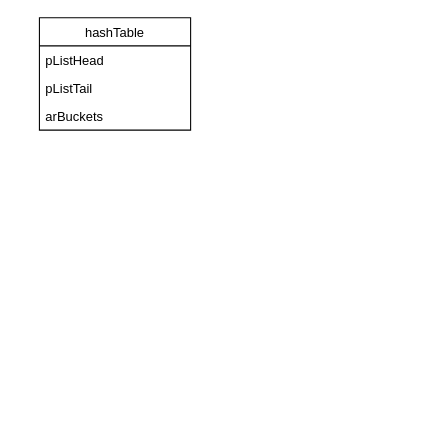
Earlier version of the draw.io diagram Untitled Diagram.drawio (mqzhifu/ckmqtt). Source tidied: cells renumbered, new cells numbered last; positions are measured from the earlier drawing's top-left corner, leaving out a move shared by most shapes. Both pictures are drawn from the tidied source at 108%, with x=0, y=0 at pixel (39, 17).
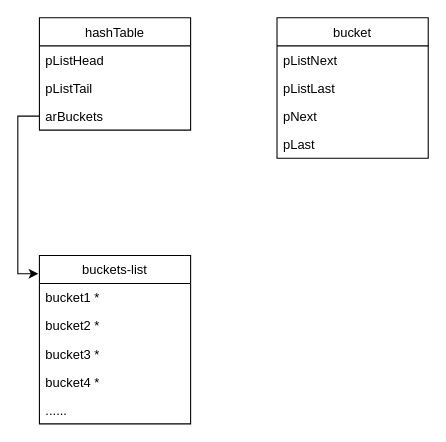
The same diagram, later.

Diff of the diagram source:
```diff
@@
 <mxGraphModel>
   <root>
     <mxCell id="0" />
     <mxCell id="1" parent="0" />
     <mxCell id="2" value="hashTable" style="swimlane;fontStyle=0;horizontal=1;startSize=26;fillColor=none;" parent="1" vertex="1">
       <mxGeometry width="140" height="104" as="geometry" />
     </mxCell>
     <mxCell id="3" value="pListHead" style="text;strokeColor=none;fillColor=none;align=left;verticalAlign=top;spacingLeft=4;spacingRight=4;overflow=hidden;" parent="2" vertex="1">
       <mxGeometry y="26" width="140" height="26" as="geometry" />
     </mxCell>
     <mxCell id="4" value="pListTail" style="text;strokeColor=none;fillColor=none;align=left;verticalAlign=top;spacingLeft=4;spacingRight=4;overflow=hidden;" parent="2" vertex="1">
       <mxGeometry y="52" width="140" height="26" as="geometry" />
     </mxCell>
     <mxCell id="5" value="arBuckets" style="text;strokeColor=none;fillColor=none;align=left;verticalAlign=top;spacingLeft=4;spacingRight=4;overflow=hidden;points=[[0,0.5],[1,0.5]];portConstraint=eastwest;" parent="2" vertex="1">
       <mxGeometry y="78" width="140" height="26" as="geometry" />
     </mxCell>
+    <mxCell id="6" value="buckets-list" style="swimlane;fontStyle=0;horizontal=1;startSize=26;fillColor=none;" parent="1" vertex="1">
+      <mxGeometry y="220" width="140" height="156" as="geometry" />
+    </mxCell>
+    <mxCell id="7" value="bucket1 *" style="text;strokeColor=none;fillColor=none;align=left;verticalAlign=top;spacingLeft=4;spacingRight=4;overflow=hidden;" parent="6" vertex="1">
+      <mxGeometry y="26" width="140" height="26" as="geometry" />
+    </mxCell>
+    <mxCell id="8" value="bucket2 *" style="text;strokeColor=none;fillColor=none;align=left;verticalAlign=top;spacingLeft=4;spacingRight=4;overflow=hidden;" parent="6" vertex="1">
+      <mxGeometry y="52" width="140" height="26" as="geometry" />
+    </mxCell>
+    <mxCell id="9" value="bucket3 *" style="text;strokeColor=none;fillColor=none;align=left;verticalAlign=top;spacingLeft=4;spacingRight=4;overflow=hidden;" parent="6" vertex="1">
+      <mxGeometry y="78" width="140" height="26" as="geometry" />
+    </mxCell>
+    <mxCell id="10" value="bucket4 *" style="text;strokeColor=none;fillColor=none;align=left;verticalAlign=top;spacingLeft=4;spacingRight=4;overflow=hidden;" parent="6" vertex="1">
+      <mxGeometry y="104" width="140" height="26" as="geometry" />
+    </mxCell>
+    <mxCell id="11" value="......" style="text;strokeColor=none;fillColor=none;align=left;verticalAlign=top;spacingLeft=4;spacingRight=4;overflow=hidden;" parent="6" vertex="1">
+      <mxGeometry y="130" width="140" height="26" as="geometry" />
+    </mxCell>
+    <mxCell id="12" style="edgeStyle=orthogonalEdgeStyle;rounded=0;jettySize=auto;html=1;entryX=-0.007;entryY=0.109;entryDx=0;entryDy=0;entryPerimeter=0;" parent="1" edge="1" source="5" target="6">
+      <mxGeometry relative="1" as="geometry" />
+    </mxCell>
+    <mxCell id="13" value="bucket" style="swimlane;fontStyle=0;horizontal=1;startSize=26;fillColor=none;" parent="1" vertex="1">
+      <mxGeometry x="220" width="140" height="130" as="geometry" />
+    </mxCell>
+    <mxCell id="14" value="pListNext" style="text;strokeColor=none;fillColor=none;align=left;verticalAlign=top;spacingLeft=4;spacingRight=4;overflow=hidden;" parent="13" vertex="1">
+      <mxGeometry y="26" width="140" height="26" as="geometry" />
+    </mxCell>
+    <mxCell id="15" value="pListLast" style="text;strokeColor=none;fillColor=none;align=left;verticalAlign=top;spacingLeft=4;spacingRight=4;overflow=hidden;" parent="13" vertex="1">
+      <mxGeometry y="52" width="140" height="26" as="geometry" />
+    </mxCell>
+    <mxCell id="16" value="pNext" style="text;strokeColor=none;fillColor=none;align=left;verticalAlign=top;spacingLeft=4;spacingRight=4;overflow=hidden;" parent="13" vertex="1">
+      <mxGeometry y="78" width="140" height="26" as="geometry" />
+    </mxCell>
+    <mxCell id="17" value="pLast" style="text;strokeColor=none;fillColor=none;align=left;verticalAlign=top;spacingLeft=4;spacingRight=4;overflow=hidden;" parent="13" vertex="1">
+      <mxGeometry y="104" width="140" height="26" as="geometry" />
+    </mxCell>
   </root>
 </mxGraphModel>
```
